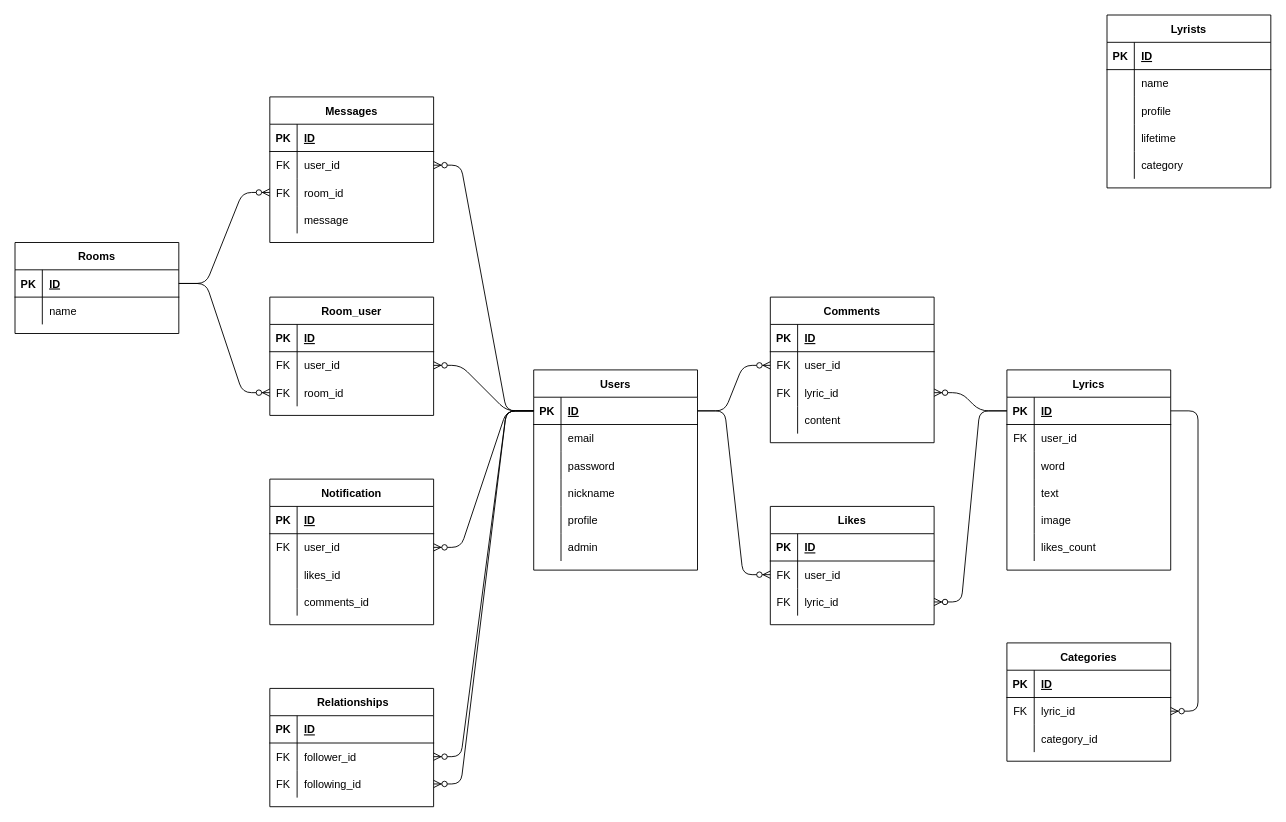
Above: lyricomic.dio in fmnature/lyricomic (draw.io), before the change. Source tidied: cells renumbered, new cells numbered last; positions are measured from the earlier drawing's top-left corner, leaving out a move shared by most shapes. Both pictures are drawn from the tidied source at 91%, with x=0, y=0 at pixel (15, 15).
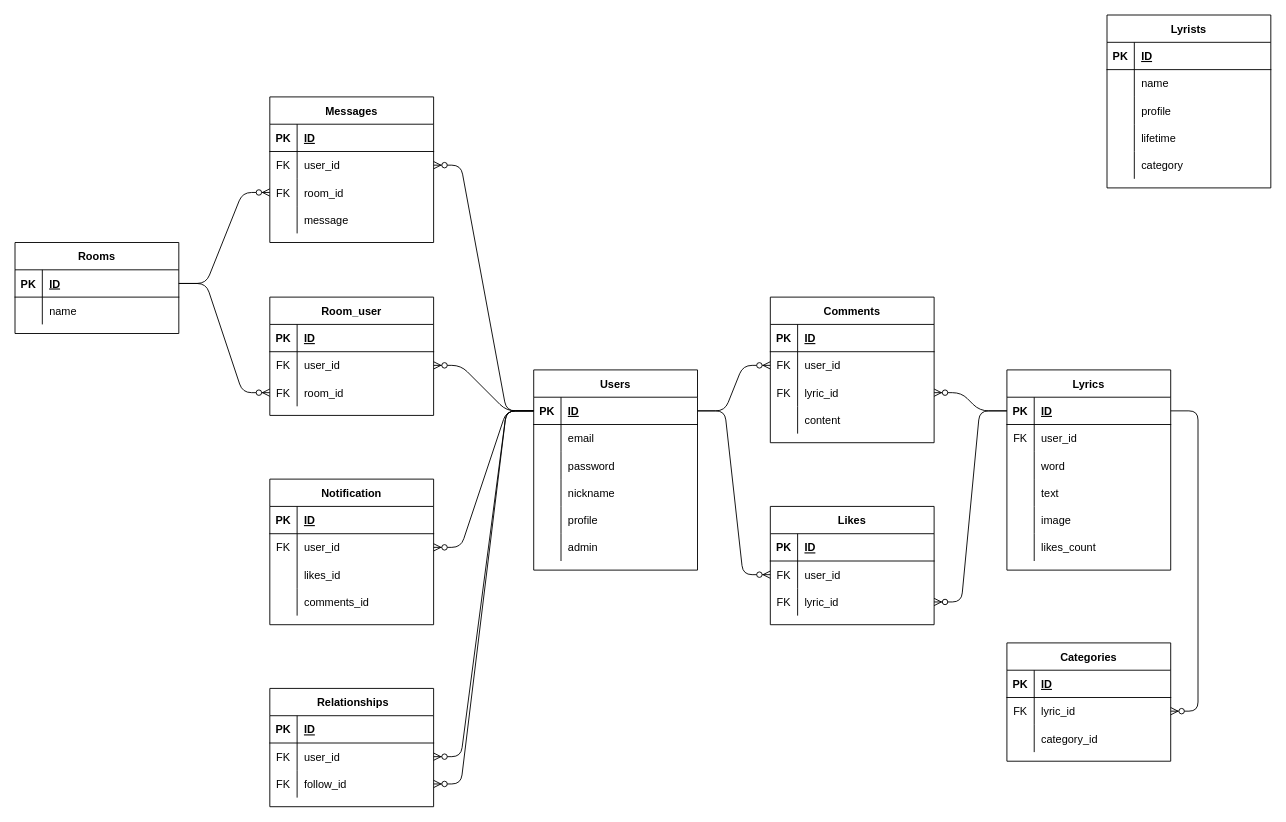
Above is the later version.

Unchanged cells that the change refers to:
```xml
<mxCell id="90" style="shape=partialRectangle;fillColor=none;top=0;left=0;bottom=0;right=0;points=[[0,0.5],[1,0.5]];portConstraint=eastwest;" parent="86" vertex="1">
  <mxGeometry y="60" width="180" height="30" as="geometry" />
</mxCell>
<mxCell id="93" style="shape=partialRectangle;fillColor=none;top=0;left=0;bottom=0;right=0;points=[[0,0.5],[1,0.5]];portConstraint=eastwest;" parent="86" vertex="1">
  <mxGeometry y="90" width="180" height="30" as="geometry" />
</mxCell>
```

The edit, as a diff of the source:
```diff
@@
-    <mxCell id="92" value="follower_id" style="shape=partialRectangle;fillColor=none;top=0;left=0;bottom=0;right=0;align=left;spacingLeft=6;fontStyle=0;overflow=hidden;" parent="90" vertex="1">
+    <mxCell id="92" value="user_id" style="shape=partialRectangle;fillColor=none;top=0;left=0;bottom=0;right=0;align=left;spacingLeft=6;fontStyle=0;overflow=hidden;" parent="90" vertex="1">
       <mxGeometry x="30" width="150" height="30" as="geometry" />
     </mxCell>
@@
-    <mxCell id="95" value="following_id" style="shape=partialRectangle;fillColor=none;top=0;left=0;bottom=0;right=0;align=left;spacingLeft=6;fontStyle=0;overflow=hidden;" parent="93" vertex="1">
+    <mxCell id="95" value="follow_id" style="shape=partialRectangle;fillColor=none;top=0;left=0;bottom=0;right=0;align=left;spacingLeft=6;fontStyle=0;overflow=hidden;" parent="93" vertex="1">
       <mxGeometry x="30" width="150" height="30" as="geometry" />
     </mxCell>
```
